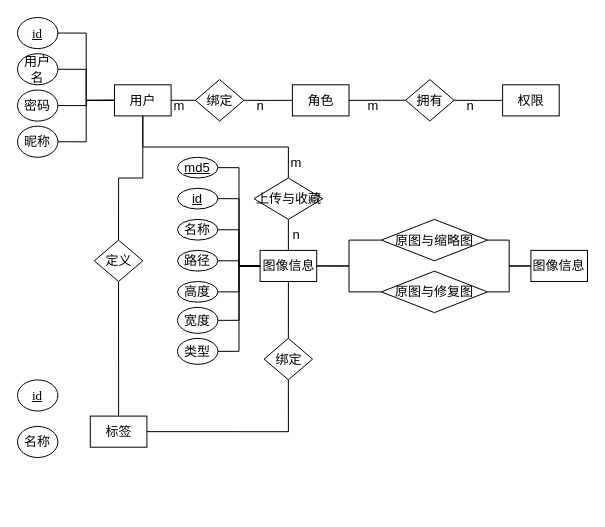
LiSoulSpace/GitBook keeps this draw.io diagram as 数据表ER图.drawio. Above is the earlier version. Source tidied: cells renumbered, new cells numbered last; positions are measured from the earlier drawing's top-left corner, leaving out a move shared by most shapes. Both pictures are drawn from the tidied source at 100%, with x=0, y=0 at pixel (17, 17).
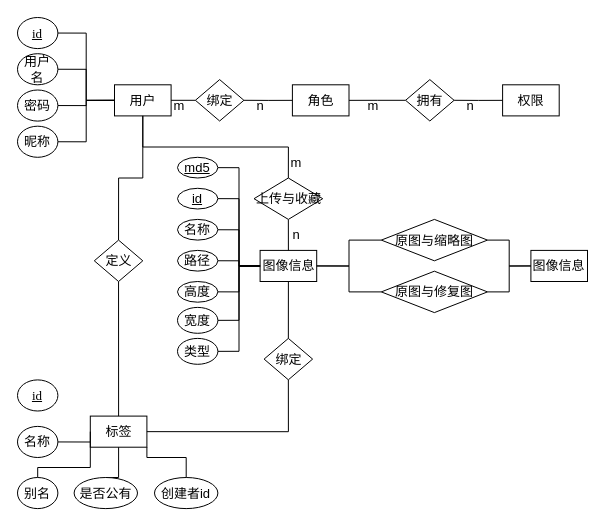
After the change.

Commit message (it also covers changes not shown here):
更新数据表ER图.drawio

Unchanged cells that the change refers to:
```xml
<mxCell id="17" value="标签" style="rounded=0;whiteSpace=wrap;html=1;fontFamily=宋体;fontSize=13;" parent="1" vertex="1">
  <mxGeometry x="72.8" y="398.6" width="56.6" height="31.1" as="geometry" />
</mxCell>
<mxCell id="57" value="名称" style="ellipse;whiteSpace=wrap;html=1;fontFamily=宋体;fontSize=13;fontColor=default;" parent="1" vertex="1">
  <mxGeometry y="408.9" width="40.4" height="31.1" as="geometry" />
</mxCell>
```

Diff of the diagram source:
```diff
@@
+    <mxCell id="59" style="edgeStyle=orthogonalEdgeStyle;shape=connector;rounded=0;jettySize=auto;html=1;exitX=1;exitY=0.5;exitDx=0;exitDy=0;entryX=-0.006;entryY=0.812;entryDx=0;entryDy=0;entryPerimeter=0;labelBackgroundColor=default;strokeColor=default;fontFamily=Helvetica;fontSize=11;fontColor=default;endArrow=none;endFill=0;" parent="1" edge="1" source="57" target="17">
+      <mxGeometry relative="1" as="geometry" />
+    </mxCell>
@@
+    <mxCell id="60" style="edgeStyle=orthogonalEdgeStyle;shape=connector;rounded=0;jettySize=auto;html=1;exitX=0.5;exitY=0;exitDx=0;exitDy=0;entryX=0;entryY=0.5;entryDx=0;entryDy=0;labelBackgroundColor=default;strokeColor=default;fontFamily=Helvetica;fontSize=11;fontColor=default;endArrow=none;endFill=0;" parent="1" edge="1" source="61" target="17">
+      <mxGeometry relative="1" as="geometry">
+        <Array as="points">
+          <mxPoint x="20" y="450" />
+          <mxPoint x="73" y="450" />
+        </Array>
+      </mxGeometry>
+    </mxCell>
+    <mxCell id="61" value="别名" style="ellipse;whiteSpace=wrap;html=1;fontFamily=宋体;fontSize=13;fontColor=default;" parent="1" vertex="1">
+      <mxGeometry y="460" width="40.4" height="31.1" as="geometry" />
+    </mxCell>
+    <mxCell id="62" style="edgeStyle=orthogonalEdgeStyle;shape=connector;rounded=0;jettySize=auto;html=1;exitX=0.5;exitY=0;exitDx=0;exitDy=0;entryX=0.5;entryY=1;entryDx=0;entryDy=0;labelBackgroundColor=default;strokeColor=default;fontFamily=Helvetica;fontSize=11;fontColor=default;endArrow=none;endFill=0;" parent="1" edge="1" source="63" target="17">
+      <mxGeometry relative="1" as="geometry" />
+    </mxCell>
+    <mxCell id="63" value="是否公有" style="ellipse;whiteSpace=wrap;html=1;fontFamily=宋体;fontSize=13;fontColor=default;" parent="1" vertex="1">
+      <mxGeometry x="56.6" y="460" width="63.4" height="31.1" as="geometry" />
+    </mxCell>
+    <mxCell id="64" style="edgeStyle=orthogonalEdgeStyle;shape=connector;rounded=0;jettySize=auto;html=1;exitX=0.5;exitY=0;exitDx=0;exitDy=0;entryX=1;entryY=1;entryDx=0;entryDy=0;labelBackgroundColor=default;strokeColor=default;fontFamily=Helvetica;fontSize=11;fontColor=default;endArrow=none;endFill=0;" parent="1" edge="1" source="65" target="17">
+      <mxGeometry relative="1" as="geometry" />
+    </mxCell>
+    <mxCell id="65" value="创建者id" style="ellipse;whiteSpace=wrap;html=1;fontFamily=宋体;fontSize=13;fontColor=default;" parent="1" vertex="1">
+      <mxGeometry x="137" y="460" width="63.4" height="31.1" as="geometry" />
+    </mxCell>
```
